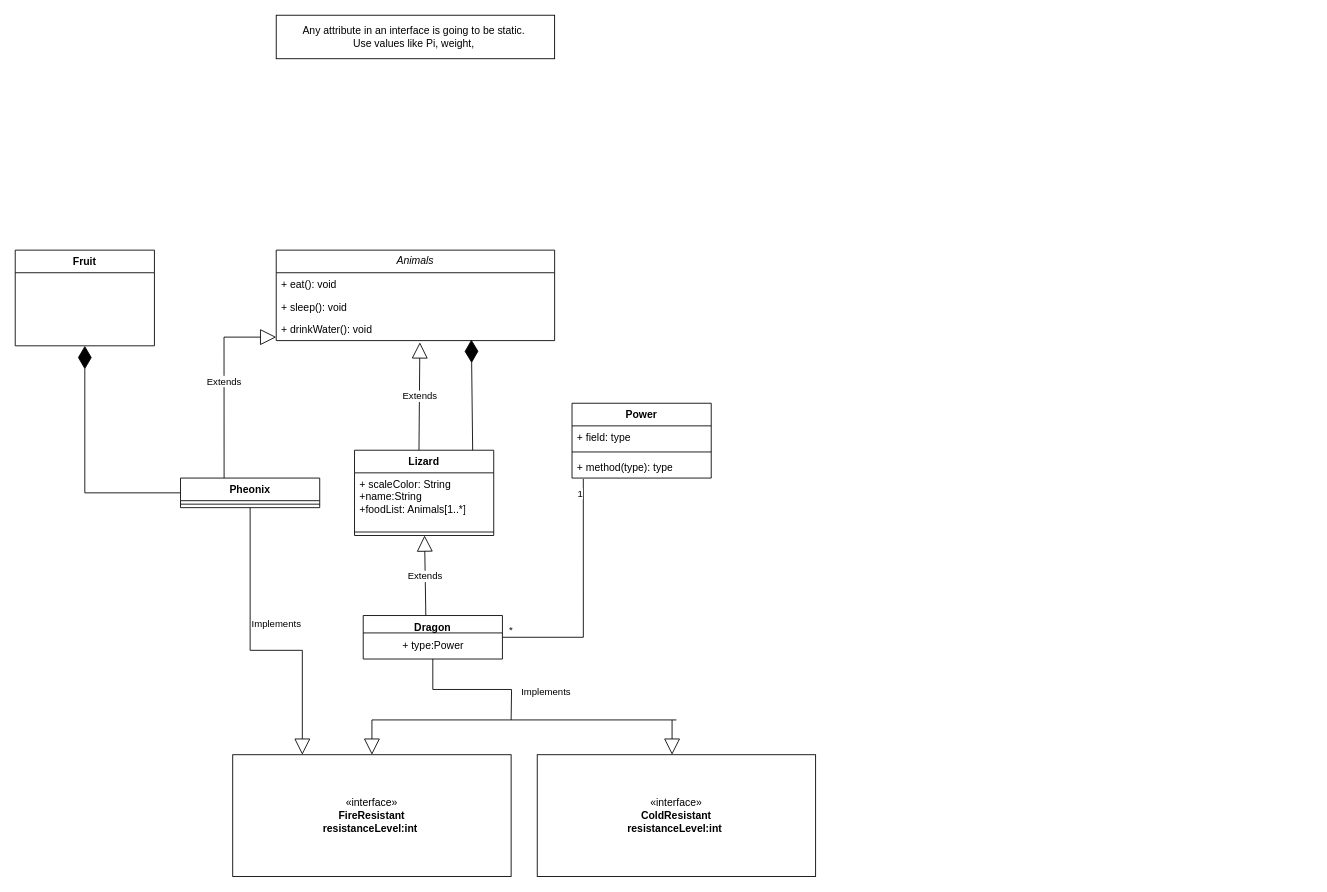
Earlier version of the draw.io diagram Untitled Diagram.drawio (avataricky/AndroidHw). Source tidied: cells renumbered, new cells numbered last; positions are measured from the earlier drawing's top-left corner, leaving out a move shared by most shapes. Both pictures are drawn from the tidied source at 87%, with x=0, y=0 at pixel (15, 15).
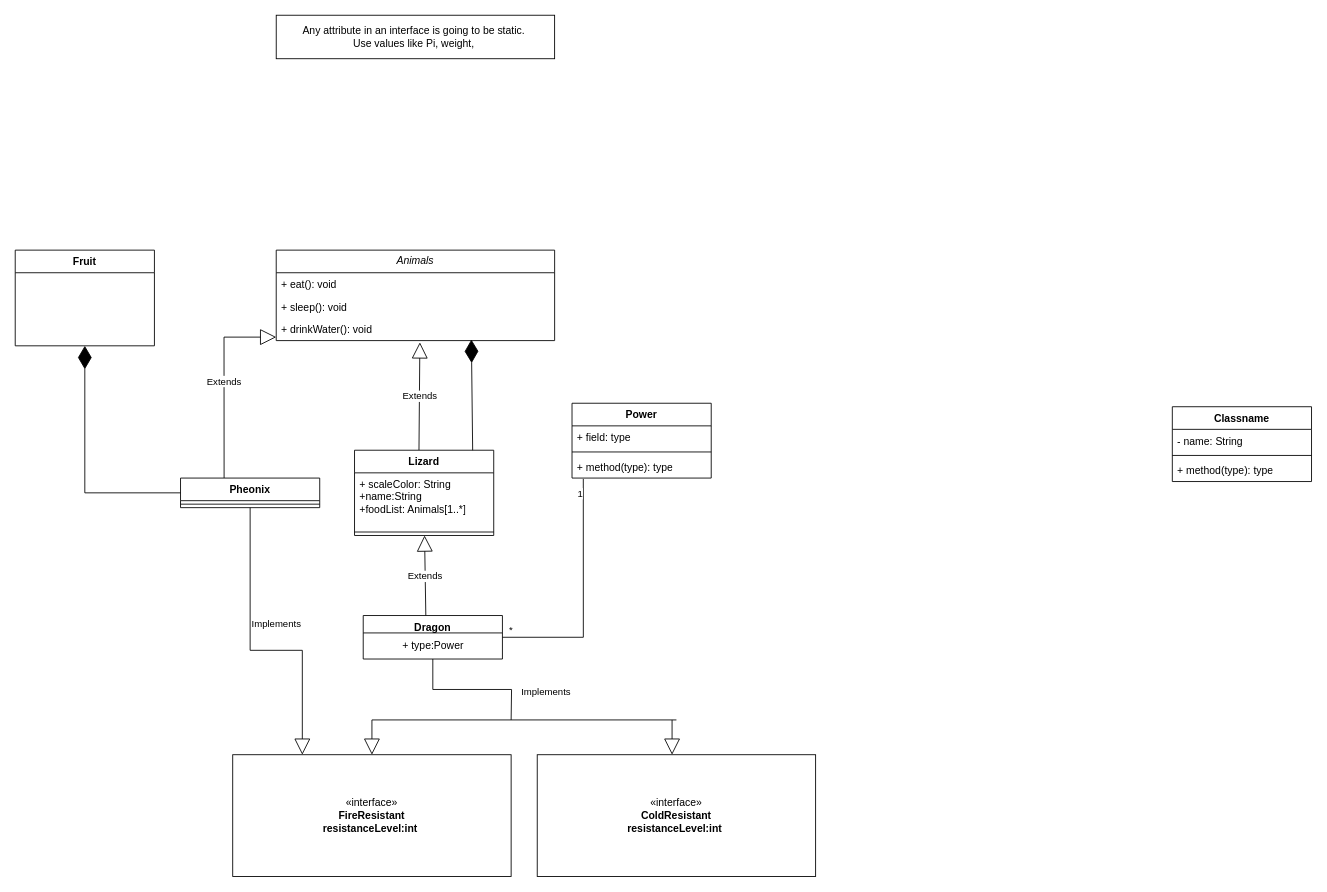
The same page after the edit.

Unchanged cells that the change refers to:
```xml
<mxCell id="2" value="«interface»&lt;br&gt;&lt;b&gt;FireResistant&lt;/b&gt;&lt;div&gt;&lt;b&gt;resistanceLevel:int&amp;nbsp;&lt;/b&gt;&lt;/div&gt;" style="html=1;whiteSpace=wrap;" parent="1" vertex="1">
  <mxGeometry x="250" y="850" width="320" height="140" as="geometry" />
</mxCell>
<mxCell id="22" value="Pheonix" style="swimlane;fontStyle=1;align=center;verticalAlign=top;horizontal=1;startSize=26;whiteSpace=wrap;html=1;" parent="1" vertex="1">
  <mxGeometry x="190" y="532" width="160" height="34" as="geometry" />
</mxCell>
```

The edit, as a diff of the source:
```diff
@@
     <mxCell id="24" value="Implements" style="endArrow=block;endSize=16;endFill=0;html=1;rounded=0;exitX=0.5;exitY=1;exitDx=0;exitDy=0;entryX=0.25;entryY=0;entryDx=0;entryDy=0;" parent="1" edge="1" source="22" target="2">
-      <mxGeometry x="-0.22" y="30" relative="1" as="geometry">
+      <mxGeometry x="0.13" y="30" relative="1" as="geometry">
         <Array as="points">
           <mxPoint x="270" y="730" />
           <mxPoint x="330" y="730" />
         </Array>
       </mxGeometry>
     </mxCell>
@@
+    <mxCell id="35" value="Classname" style="swimlane;fontStyle=1;align=center;verticalAlign=top;horizontal=1;startSize=26;whiteSpace=wrap;html=1;" parent="1" vertex="1">
+      <mxGeometry x="1330" y="450" width="160" height="86" as="geometry" />
+    </mxCell>
+    <mxCell id="36" value="- name: String" style="text;strokeColor=none;fillColor=none;align=left;verticalAlign=top;spacingLeft=4;spacingRight=4;overflow=hidden;whiteSpace=wrap;html=1;" parent="35" vertex="1">
+      <mxGeometry y="26" width="160" height="26" as="geometry" />
+    </mxCell>
+    <mxCell id="37" style="line;strokeWidth=1;fillColor=none;align=left;verticalAlign=middle;spacingTop=-1;spacingLeft=3;spacingRight=3;labelPosition=right;strokeColor=inherit;" parent="35" vertex="1">
+      <mxGeometry y="52" width="160" height="8" as="geometry" />
+    </mxCell>
+    <mxCell id="38" value="+ method(type): type" style="text;strokeColor=none;fillColor=none;align=left;verticalAlign=top;spacingLeft=4;spacingRight=4;overflow=hidden;whiteSpace=wrap;html=1;" parent="35" vertex="1">
+      <mxGeometry y="60" width="160" height="26" as="geometry" />
+    </mxCell>
```
